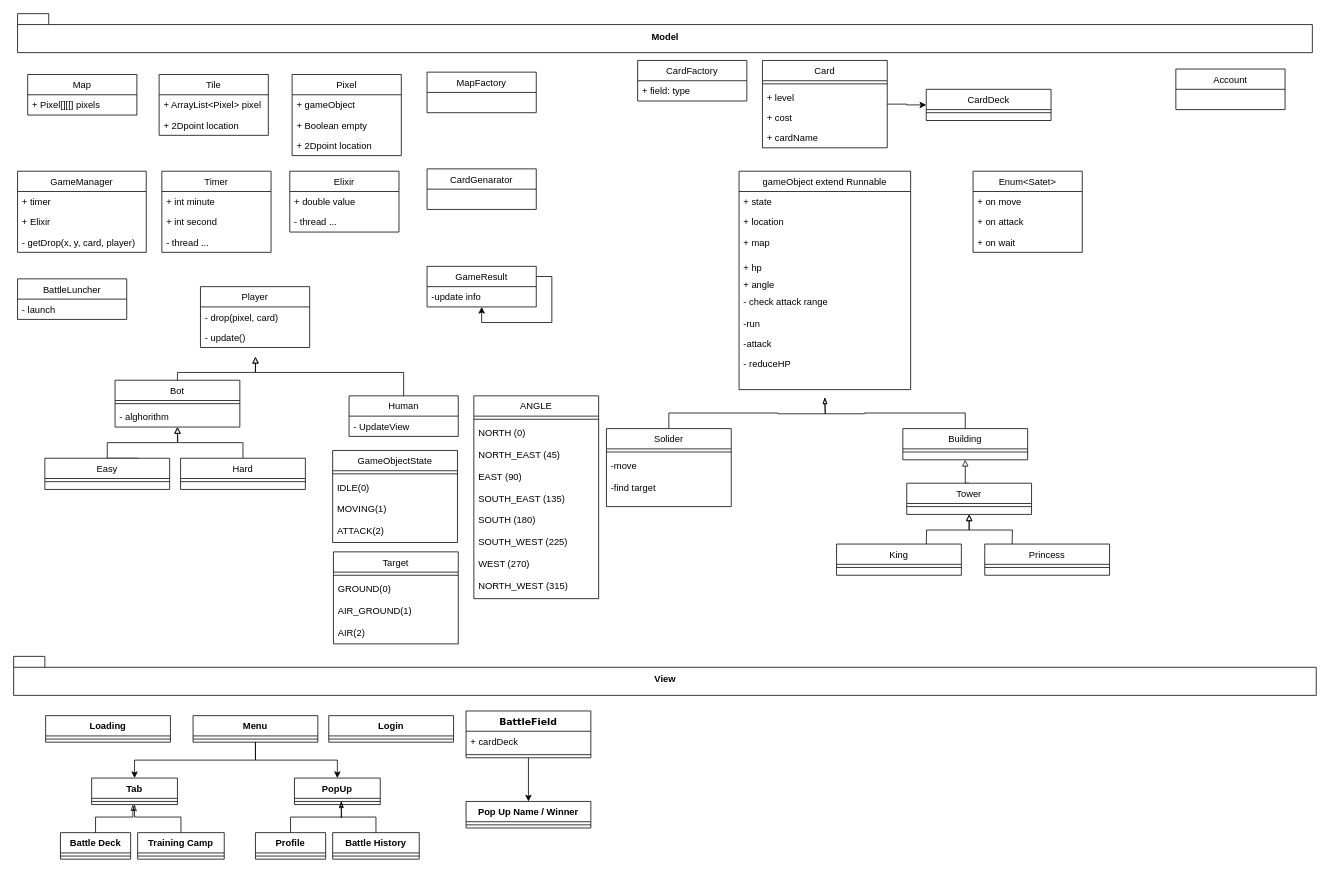
Before: Clash Royale Class Diagram.drawio in pouyam79i/ClashRoyale, a draw.io diagram. Source tidied: cells renumbered, new cells numbered last; positions are measured from the earlier drawing's top-left corner, leaving out a move shared by most shapes. Both pictures are drawn from the tidied source at 78%, with x=0, y=0 at pixel (13, 13).
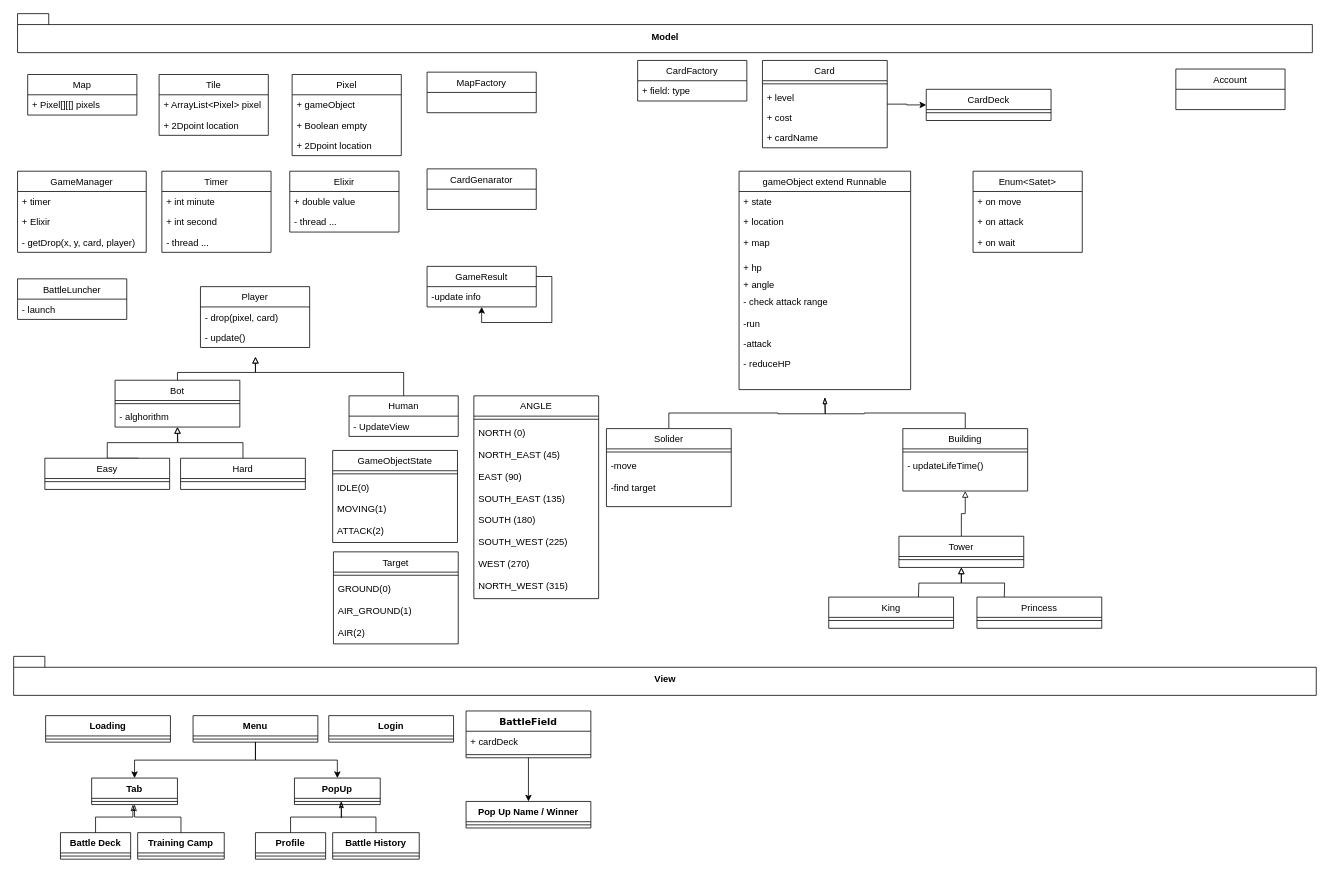
The same page after the edit.

Change to the diagram source:
```diff
@@
     <mxCell id="77" value="Building" style="swimlane;fontStyle=0;align=center;verticalAlign=top;horizontal=1;startSize=26;rounded=0;shadow=0;strokeWidth=1;" parent="1" vertex="1">
-      <mxGeometry x="1140" y="532" width="160" height="40" as="geometry" />
+      <mxGeometry x="1140" y="532" width="160" height="80" as="geometry" />
     </mxCell>
@@
+    <mxCell id="139" value="- updateLifeTime()" style="text;strokeColor=none;fillColor=none;align=left;verticalAlign=top;spacingLeft=4;spacingRight=4;overflow=hidden;" parent="77" vertex="1">
+      <mxGeometry y="34" width="160" height="46" as="geometry" />
+    </mxCell>
@@
     <mxCell id="84" value="Tower" style="swimlane;fontStyle=0;align=center;verticalAlign=top;horizontal=1;startSize=26;rounded=0;shadow=0;strokeWidth=1;" parent="1" vertex="1">
-      <mxGeometry x="1145" y="602" width="160" height="40" as="geometry" />
+      <mxGeometry x="1135" y="670" width="160" height="40" as="geometry" />
     </mxCell>
@@
     <mxCell id="86" style="edgeStyle=orthogonalEdgeStyle;rounded=0;jettySize=auto;html=1;exitX=0.75;exitY=0;exitDx=0;exitDy=0;entryX=0.5;entryY=1;entryDx=0;entryDy=0;endArrow=block;endFill=0;" parent="1" edge="1" target="84">
       <mxGeometry relative="1" as="geometry">
-        <mxPoint x="1170" y="682" as="sourcePoint" />
+        <mxPoint x="1160" y="750" as="sourcePoint" />
       </mxGeometry>
     </mxCell>
     <mxCell id="87" value="King" style="swimlane;fontStyle=0;align=center;verticalAlign=top;horizontal=1;startSize=26;rounded=0;shadow=0;strokeWidth=1;" parent="1" vertex="1">
-      <mxGeometry x="1055" y="680" width="160" height="40" as="geometry" />
+      <mxGeometry x="1045" y="748" width="160" height="40" as="geometry" />
     </mxCell>
@@
     <mxCell id="89" style="edgeStyle=orthogonalEdgeStyle;rounded=0;jettySize=auto;html=1;exitX=0.25;exitY=0;exitDx=0;exitDy=0;entryX=0.5;entryY=1;entryDx=0;entryDy=0;endArrow=block;endFill=0;" parent="1" edge="1" target="84">
       <mxGeometry relative="1" as="geometry">
-        <mxPoint x="1280" y="682" as="sourcePoint" />
+        <mxPoint x="1270" y="750" as="sourcePoint" />
       </mxGeometry>
     </mxCell>
     <mxCell id="90" value="Princess" style="swimlane;fontStyle=0;align=center;verticalAlign=top;horizontal=1;startSize=26;rounded=0;shadow=0;strokeWidth=1;" parent="1" vertex="1">
-      <mxGeometry x="1245" y="680" width="160" height="40" as="geometry" />
+      <mxGeometry x="1235" y="748" width="160" height="40" as="geometry" />
     </mxCell>
```
